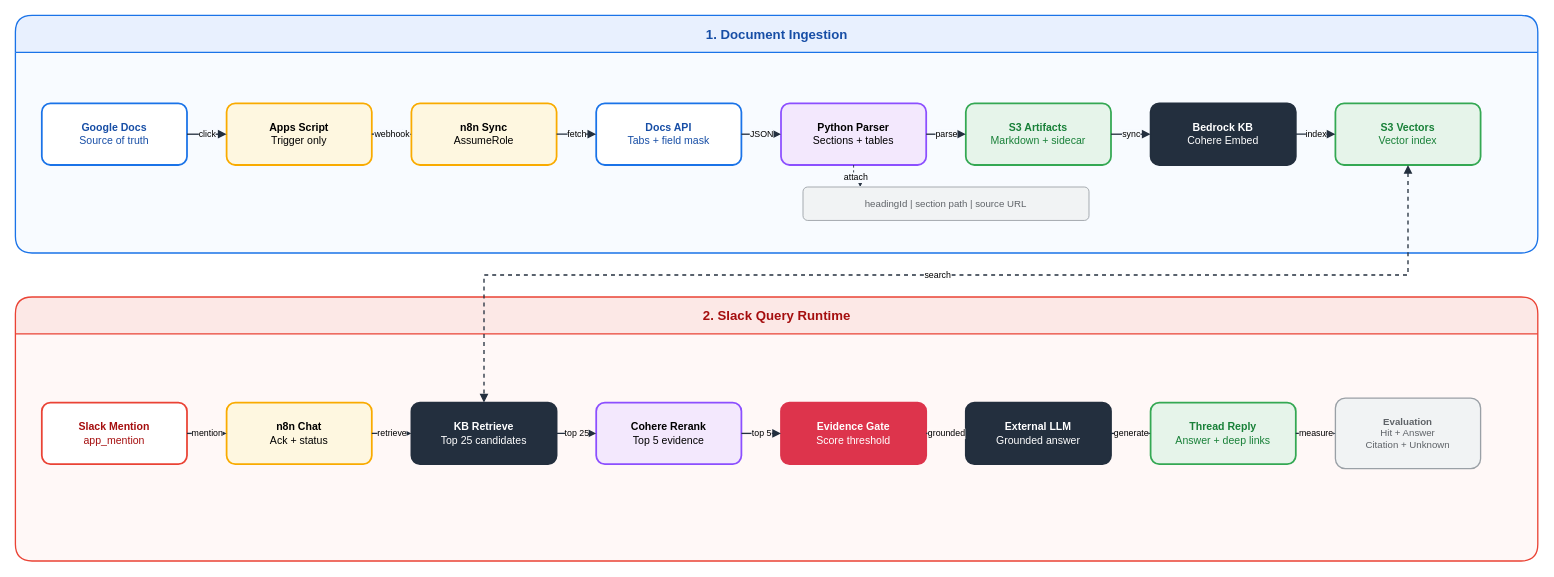
Above: assets/img/aws/bedrock-slack-rag-architecture.drawio in KKamJi98/kkamji98.github.io (draw.io), before the change. Source tidied: cells renumbered, new cells numbered last; positions are measured from the earlier drawing's top-left corner, leaving out a move shared by most shapes. Both pictures are drawn from the tidied source at 88%, with x=0, y=0 at pixel (15, 15).
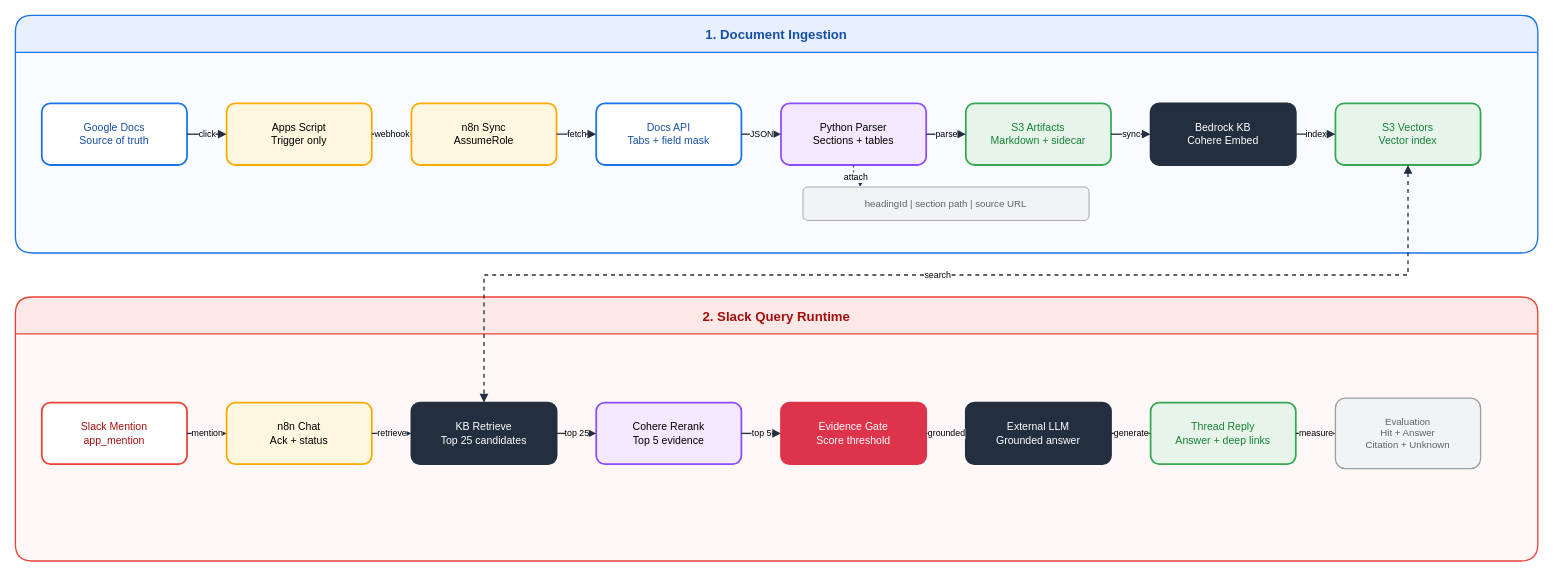
After the change.

Change to the diagram source:
```diff
@@
-    <mxCell id="2" value="&lt;font style=&quot;color: rgb(23, 78, 166);&quot;&gt;1. Document Ingestion&lt;/font&gt;" style="swimlane;html=1;rounded=1;startSize=42;fillColor=#E8F0FE;swimlaneFillColor=#F8FBFF;strokeColor=#1A73E8;strokeWidth=1.5;fontSize=15;fontStyle=1;fontColor=#174EA6;shadow=0;" parent="1" vertex="1">
+    <mxCell id="2" value="1. Document Ingestion" style="swimlane;html=0;rounded=1;startSize=42;fillColor=#E8F0FE;swimlaneFillColor=#F8FBFF;strokeColor=#1A73E8;strokeWidth=1.5;fontSize=15;fontStyle=1;fontColor=#174EA6;shadow=0;" parent="1" vertex="1">
       <mxGeometry width="1730" height="270" as="geometry" />
     </mxCell>
-    <mxCell id="3" value="&lt;font style=&quot;color: rgb(165, 14, 14);&quot;&gt;2. Slack Query Runtime&lt;/font&gt;" style="swimlane;html=1;rounded=1;startSize=42;fillColor=#FCE8E6;swimlaneFillColor=#FFF8F7;strokeColor=#EA4335;strokeWidth=1.5;fontSize=15;fontStyle=1;fontColor=#A50E0E;shadow=0;" parent="1" vertex="1">
+    <mxCell id="3" value="2. Slack Query Runtime" style="swimlane;html=0;rounded=1;startSize=42;fillColor=#FCE8E6;swimlaneFillColor=#FFF8F7;strokeColor=#EA4335;strokeWidth=1.5;fontSize=15;fontStyle=1;fontColor=#A50E0E;shadow=0;" parent="1" vertex="1">
       <mxGeometry y="320" width="1730" height="300" as="geometry" />
     </mxCell>
-    <mxCell id="4" value="&lt;font style=&quot;color: rgb(23, 78, 166);&quot;&gt;&lt;b&gt;Google Docs&lt;/b&gt;&lt;br&gt;Source of truth&lt;/font&gt;" style="rounded=1;arcSize=14;whiteSpace=wrap;html=1;fillColor=#FFFFFF;strokeColor=#1A73E8;strokeWidth=2;fontSize=12;fontColor=#174EA6;shadow=0;" parent="1" vertex="1">
+    <mxCell id="4" value="Google Docs&#10;Source of truth" style="rounded=1;arcSize=14;whiteSpace=wrap;html=0;fillColor=#FFFFFF;strokeColor=#1A73E8;strokeWidth=2;fontSize=12;fontColor=#174EA6;shadow=0;" parent="1" vertex="1">
       <mxGeometry x="30" y="100" width="165" height="70" as="geometry" />
     </mxCell>
-    <mxCell id="5" value="&lt;font style=&quot;color: rgb(0, 0, 0);&quot;&gt;&lt;b&gt;Apps Script&lt;/b&gt;&lt;br&gt;Trigger only&lt;/font&gt;" style="rounded=1;arcSize=14;whiteSpace=wrap;html=1;fillColor=#FEF7E0;strokeColor=#F9AB00;strokeWidth=2;fontSize=12;fontColor=#000000;shadow=0;" parent="1" vertex="1">
+    <mxCell id="5" value="Apps Script&#10;Trigger only" style="rounded=1;arcSize=14;whiteSpace=wrap;html=0;fillColor=#FEF7E0;strokeColor=#F9AB00;strokeWidth=2;fontSize=12;fontColor=#000000;shadow=0;" parent="1" vertex="1">
       <mxGeometry x="240" y="100" width="165" height="70" as="geometry" />
     </mxCell>
-    <mxCell id="6" value="&lt;font style=&quot;color: rgb(0, 0, 0);&quot;&gt;&lt;b&gt;n8n Sync&lt;/b&gt;&lt;br&gt;AssumeRole&lt;/font&gt;" style="rounded=1;arcSize=14;whiteSpace=wrap;html=1;fillColor=#FEF7E0;strokeColor=#F9AB00;strokeWidth=2;fontSize=12;fontColor=#000000;shadow=0;" parent="1" vertex="1">
+    <mxCell id="6" value="n8n Sync&#10;AssumeRole" style="rounded=1;arcSize=14;whiteSpace=wrap;html=0;fillColor=#FEF7E0;strokeColor=#F9AB00;strokeWidth=2;fontSize=12;fontColor=#000000;shadow=0;" parent="1" vertex="1">
       <mxGeometry x="450" y="100" width="165" height="70" as="geometry" />
     </mxCell>
-    <mxCell id="7" value="&lt;font style=&quot;color: rgb(23, 78, 166);&quot;&gt;&lt;b&gt;Docs API&lt;/b&gt;&lt;br&gt;Tabs + field mask&lt;/font&gt;" style="rounded=1;arcSize=14;whiteSpace=wrap;html=1;fillColor=#FFFFFF;strokeColor=#1A73E8;strokeWidth=2;fontSize=12;fontColor=#174EA6;shadow=0;" parent="1" vertex="1">
+    <mxCell id="7" value="Docs API&#10;Tabs + field mask" style="rounded=1;arcSize=14;whiteSpace=wrap;html=0;fillColor=#FFFFFF;strokeColor=#1A73E8;strokeWidth=2;fontSize=12;fontColor=#174EA6;shadow=0;" parent="1" vertex="1">
       <mxGeometry x="660" y="100" width="165" height="70" as="geometry" />
     </mxCell>
-    <mxCell id="8" value="&lt;font style=&quot;color: rgb(0, 0, 0);&quot;&gt;&lt;b&gt;Python Parser&lt;/b&gt;&lt;br&gt;Sections + tables&lt;/font&gt;" style="rounded=1;arcSize=14;whiteSpace=wrap;html=1;fillColor=#F3E8FD;strokeColor=#8C4FFF;strokeWidth=2;fontSize=12;fontColor=#000000;shadow=0;" parent="1" vertex="1">
+    <mxCell id="8" value="Python Parser&#10;Sections + tables" style="rounded=1;arcSize=14;whiteSpace=wrap;html=0;fillColor=#F3E8FD;strokeColor=#8C4FFF;strokeWidth=2;fontSize=12;fontColor=#000000;shadow=0;" parent="1" vertex="1">
       <mxGeometry x="870" y="100" width="165" height="70" as="geometry" />
     </mxCell>
-    <mxCell id="9" value="&lt;font style=&quot;color: rgb(24, 128, 56);&quot;&gt;&lt;b&gt;S3 Artifacts&lt;/b&gt;&lt;br&gt;Markdown + sidecar&lt;/font&gt;" style="rounded=1;arcSize=14;whiteSpace=wrap;html=1;fillColor=#E6F4EA;strokeColor=#34A853;strokeWidth=2;fontSize=12;fontColor=#188038;shadow=0;" parent="1" vertex="1">
+    <mxCell id="9" value="S3 Artifacts&#10;Markdown + sidecar" style="rounded=1;arcSize=14;whiteSpace=wrap;html=0;fillColor=#E6F4EA;strokeColor=#34A853;strokeWidth=2;fontSize=12;fontColor=#188038;shadow=0;" parent="1" vertex="1">
       <mxGeometry x="1080" y="100" width="165" height="70" as="geometry" />
     </mxCell>
-    <mxCell id="10" value="&lt;font style=&quot;color: rgb(255, 255, 255);&quot;&gt;&lt;b&gt;Bedrock KB&lt;/b&gt;&lt;br&gt;Cohere Embed&lt;/font&gt;" style="rounded=1;arcSize=14;whiteSpace=wrap;html=1;fillColor=#232F3E;strokeColor=#232F3E;strokeWidth=2;fontSize=12;fontColor=#FFFFFF;shadow=0;" parent="1" vertex="1">
+    <mxCell id="10" value="Bedrock KB&#10;Cohere Embed" style="rounded=1;arcSize=14;whiteSpace=wrap;html=0;fillColor=#232F3E;strokeColor=#232F3E;strokeWidth=2;fontSize=12;fontColor=#FFFFFF;shadow=0;" parent="1" vertex="1">
       <mxGeometry x="1290" y="100" width="165" height="70" as="geometry" />
     </mxCell>
-    <mxCell id="11" value="&lt;font style=&quot;color: rgb(24, 128, 56);&quot;&gt;&lt;b&gt;S3 Vectors&lt;/b&gt;&lt;br&gt;Vector index&lt;/font&gt;" style="rounded=1;arcSize=14;whiteSpace=wrap;html=1;fillColor=#E6F4EA;strokeColor=#34A853;strokeWidth=2;fontSize=12;fontColor=#188038;shadow=0;" parent="1" vertex="1">
+    <mxCell id="11" value="S3 Vectors&#10;Vector index" style="rounded=1;arcSize=14;whiteSpace=wrap;html=0;fillColor=#E6F4EA;strokeColor=#34A853;strokeWidth=2;fontSize=12;fontColor=#188038;shadow=0;" parent="1" vertex="1">
       <mxGeometry x="1500" y="100" width="165" height="70" as="geometry" />
     </mxCell>
-    <mxCell id="12" value="&lt;font style=&quot;color: rgb(95, 99, 104);&quot;&gt;headingId | section path | source URL&lt;/font&gt;" style="rounded=1;arcSize=14;whiteSpace=wrap;html=1;fillColor=#F1F3F4;strokeColor=#9AA0A6;strokeWidth=1;fontSize=11;fontColor=#5F6368;shadow=0;" parent="1" vertex="1">
+    <mxCell id="12" value="headingId | section path | source URL" style="rounded=1;arcSize=14;whiteSpace=wrap;html=0;fillColor=#F1F3F4;strokeColor=#9AA0A6;strokeWidth=1;fontSize=11;fontColor=#5F6368;shadow=0;" parent="1" vertex="1">
       <mxGeometry x="895" y="195" width="325" height="38" as="geometry" />
     </mxCell>
-    <mxCell id="13" value="&lt;font style=&quot;color: rgb(165, 14, 14);&quot;&gt;&lt;b&gt;Slack Mention&lt;/b&gt;&lt;br&gt;app_mention&lt;/font&gt;" style="rounded=1;arcSize=14;whiteSpace=wrap;html=1;fillColor=#FFFFFF;strokeColor=#EA4335;strokeWidth=2;fontSize=12;fontColor=#A50E0E;shadow=0;" parent="1" vertex="1">
+    <mxCell id="13" value="Slack Mention&#10;app_mention" style="rounded=1;arcSize=14;whiteSpace=wrap;html=0;fillColor=#FFFFFF;strokeColor=#EA4335;strokeWidth=2;fontSize=12;fontColor=#A50E0E;shadow=0;" parent="1" vertex="1">
       <mxGeometry x="30" y="440" width="165" height="70" as="geometry" />
     </mxCell>
-    <mxCell id="14" value="&lt;font style=&quot;color: rgb(0, 0, 0);&quot;&gt;&lt;b&gt;n8n Chat&lt;/b&gt;&lt;br&gt;Ack + status&lt;/font&gt;" style="rounded=1;arcSize=14;whiteSpace=wrap;html=1;fillColor=#FEF7E0;strokeColor=#F9AB00;strokeWidth=2;fontSize=12;fontColor=#000000;shadow=0;" parent="1" vertex="1">
+    <mxCell id="14" value="n8n Chat&#10;Ack + status" style="rounded=1;arcSize=14;whiteSpace=wrap;html=0;fillColor=#FEF7E0;strokeColor=#F9AB00;strokeWidth=2;fontSize=12;fontColor=#000000;shadow=0;" parent="1" vertex="1">
       <mxGeometry x="240" y="440" width="165" height="70" as="geometry" />
     </mxCell>
-    <mxCell id="15" value="&lt;font style=&quot;color: rgb(255, 255, 255);&quot;&gt;&lt;b&gt;KB Retrieve&lt;/b&gt;&lt;br&gt;Top 25 candidates&lt;/font&gt;" style="rounded=1;arcSize=14;whiteSpace=wrap;html=1;fillColor=#232F3E;strokeColor=#232F3E;strokeWidth=2;fontSize=12;fontColor=#FFFFFF;shadow=0;" parent="1" vertex="1">
+    <mxCell id="15" value="KB Retrieve&#10;Top 25 candidates" style="rounded=1;arcSize=14;whiteSpace=wrap;html=0;fillColor=#232F3E;strokeColor=#232F3E;strokeWidth=2;fontSize=12;fontColor=#FFFFFF;shadow=0;" parent="1" vertex="1">
       <mxGeometry x="450" y="440" width="165" height="70" as="geometry" />
     </mxCell>
-    <mxCell id="16" value="&lt;font style=&quot;color: rgb(0, 0, 0);&quot;&gt;&lt;b&gt;Cohere Rerank&lt;/b&gt;&lt;br&gt;Top 5 evidence&lt;/font&gt;" style="rounded=1;arcSize=14;whiteSpace=wrap;html=1;fillColor=#F3E8FD;strokeColor=#8C4FFF;strokeWidth=2;fontSize=12;fontColor=#000000;shadow=0;" parent="1" vertex="1">
+    <mxCell id="16" value="Cohere Rerank&#10;Top 5 evidence" style="rounded=1;arcSize=14;whiteSpace=wrap;html=0;fillColor=#F3E8FD;strokeColor=#8C4FFF;strokeWidth=2;fontSize=12;fontColor=#000000;shadow=0;" parent="1" vertex="1">
       <mxGeometry x="660" y="440" width="165" height="70" as="geometry" />
     </mxCell>
-    <mxCell id="17" value="&lt;font style=&quot;color: rgb(255, 255, 255);&quot;&gt;&lt;b&gt;Evidence Gate&lt;/b&gt;&lt;br&gt;Score threshold&lt;/font&gt;" style="rounded=1;arcSize=14;whiteSpace=wrap;html=1;fillColor=#DD344C;strokeColor=#DD344C;strokeWidth=2;fontSize=12;fontColor=#FFFFFF;shadow=0;" parent="1" vertex="1">
+    <mxCell id="17" value="Evidence Gate&#10;Score threshold" style="rounded=1;arcSize=14;whiteSpace=wrap;html=0;fillColor=#DD344C;strokeColor=#DD344C;strokeWidth=2;fontSize=12;fontColor=#FFFFFF;shadow=0;" parent="1" vertex="1">
       <mxGeometry x="870" y="440" width="165" height="70" as="geometry" />
     </mxCell>
-    <mxCell id="18" value="&lt;font style=&quot;color: rgb(255, 255, 255);&quot;&gt;&lt;b&gt;External LLM&lt;/b&gt;&lt;br&gt;Grounded answer&lt;/font&gt;" style="rounded=1;arcSize=14;whiteSpace=wrap;html=1;fillColor=#232F3E;strokeColor=#232F3E;strokeWidth=2;fontSize=12;fontColor=#FFFFFF;shadow=0;" parent="1" vertex="1">
+    <mxCell id="18" value="External LLM&#10;Grounded answer" style="rounded=1;arcSize=14;whiteSpace=wrap;html=0;fillColor=#232F3E;strokeColor=#232F3E;strokeWidth=2;fontSize=12;fontColor=#FFFFFF;shadow=0;" parent="1" vertex="1">
       <mxGeometry x="1080" y="440" width="165" height="70" as="geometry" />
     </mxCell>
-    <mxCell id="19" value="&lt;font style=&quot;color: rgb(24, 128, 56);&quot;&gt;&lt;b&gt;Thread Reply&lt;/b&gt;&lt;br&gt;Answer + deep links&lt;/font&gt;" style="rounded=1;arcSize=14;whiteSpace=wrap;html=1;fillColor=#E6F4EA;strokeColor=#34A853;strokeWidth=2;fontSize=12;fontColor=#188038;shadow=0;" parent="1" vertex="1">
+    <mxCell id="19" value="Thread Reply&#10;Answer + deep links" style="rounded=1;arcSize=14;whiteSpace=wrap;html=0;fillColor=#E6F4EA;strokeColor=#34A853;strokeWidth=2;fontSize=12;fontColor=#188038;shadow=0;" parent="1" vertex="1">
       <mxGeometry x="1290" y="440" width="165" height="70" as="geometry" />
     </mxCell>
-    <mxCell id="20" value="&lt;font style=&quot;color: rgb(95, 99, 104);&quot;&gt;&lt;b&gt;Evaluation&lt;/b&gt;&lt;br&gt;Hit + Answer&lt;br&gt;Citation + Unknown&lt;/font&gt;" style="rounded=1;arcSize=14;whiteSpace=wrap;html=1;fillColor=#F1F3F4;strokeColor=#9AA0A6;strokeWidth=1.5;fontSize=11;fontColor=#5F6368;shadow=0;" parent="1" vertex="1">
+    <mxCell id="20" value="Evaluation&#10;Hit + Answer&#10;Citation + Unknown" style="rounded=1;arcSize=14;whiteSpace=wrap;html=0;fillColor=#F1F3F4;strokeColor=#9AA0A6;strokeWidth=1.5;fontSize=11;fontColor=#5F6368;shadow=0;" parent="1" vertex="1">
       <mxGeometry x="1500" y="435" width="165" height="80" as="geometry" />
     </mxCell>
```
